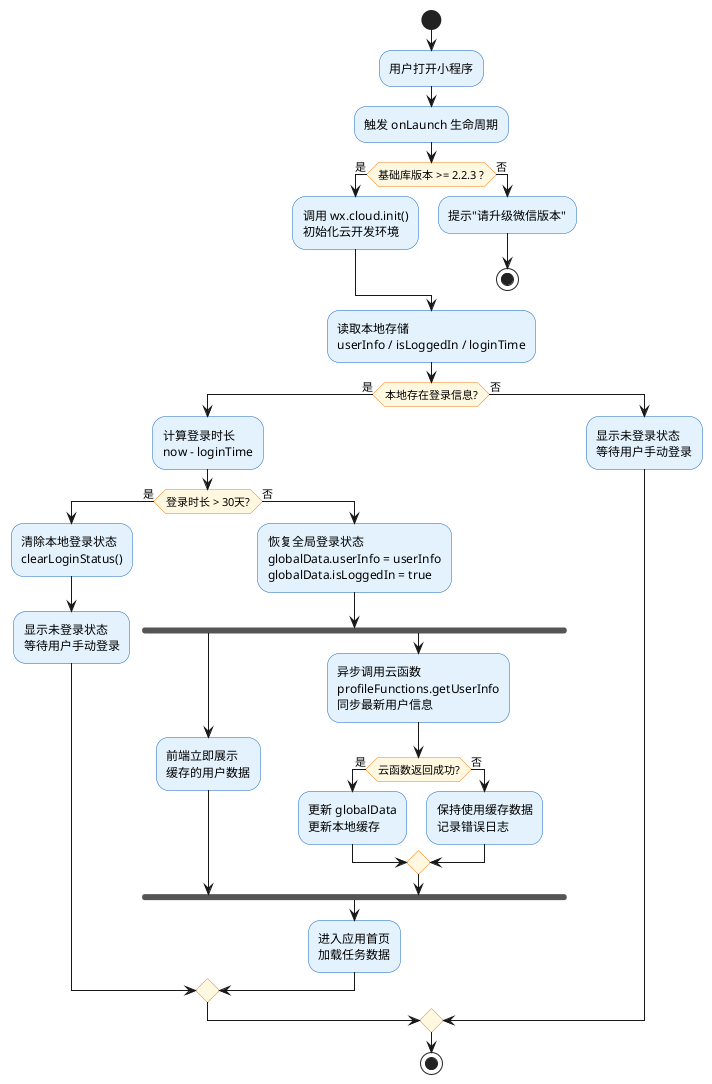
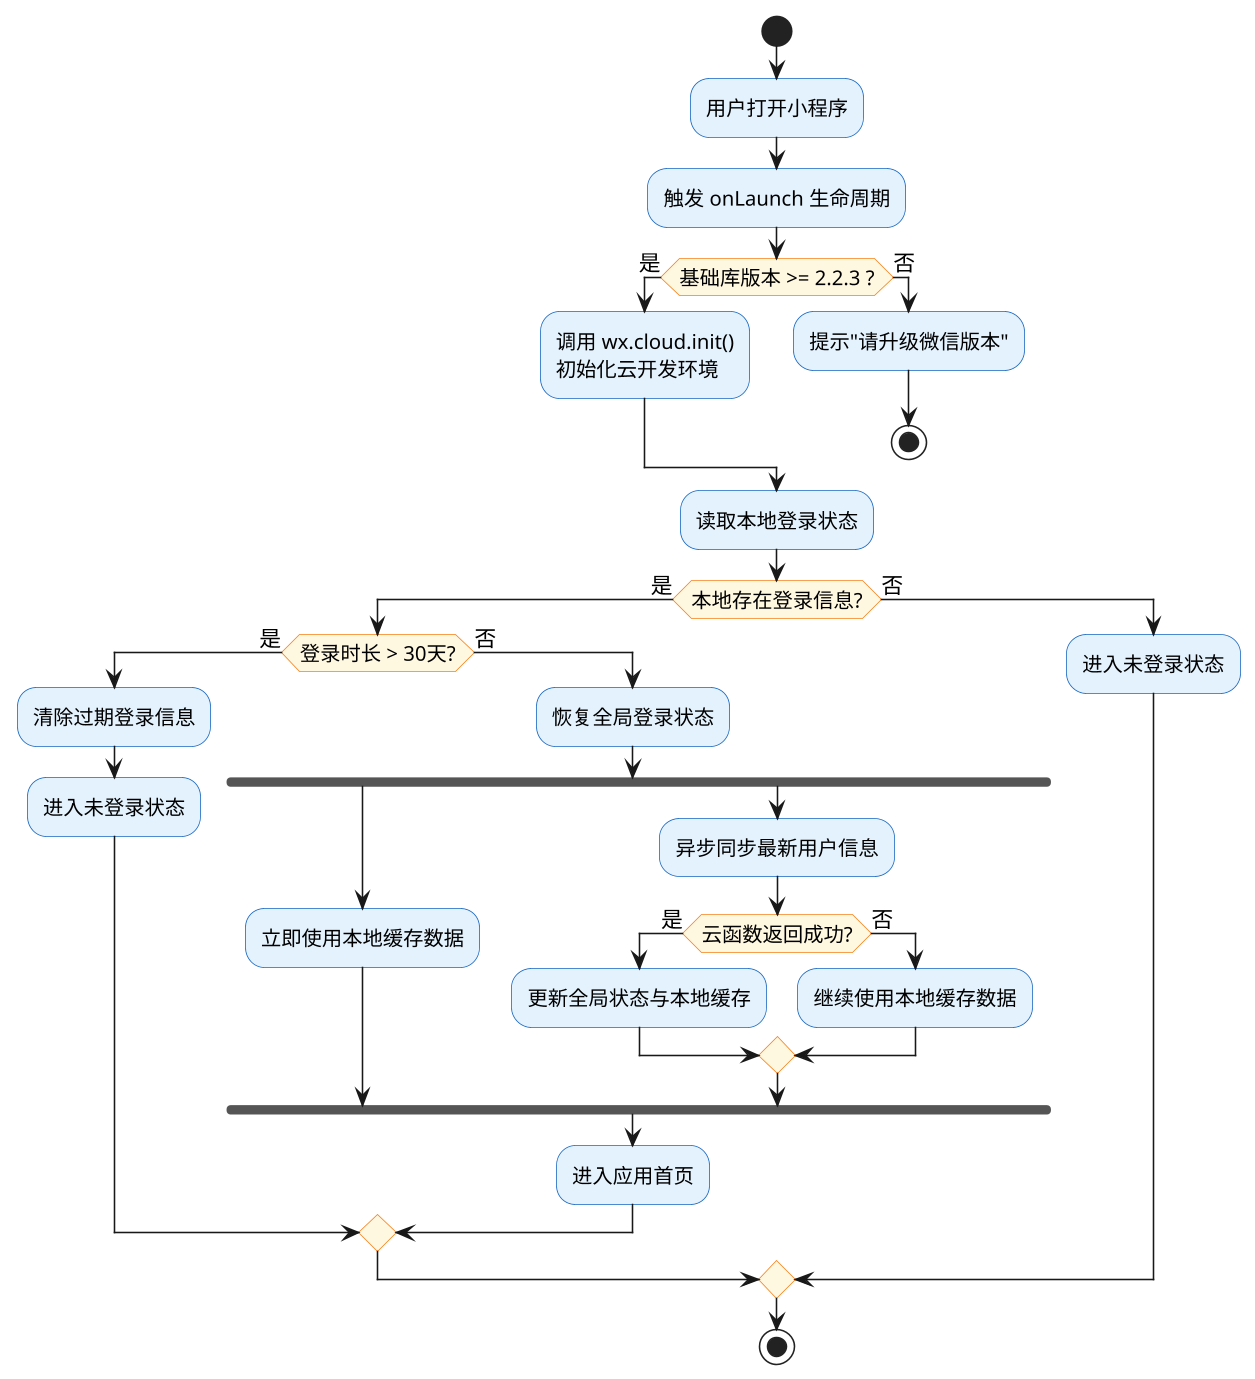
@startuml 应用初始化流程图
' 图5.1 应用初始化流程图
' 渲染：复制到 https://www.plantuml.com/plantuml/uml

skinparam activity {
  BackgroundColor #E3F2FD
  BorderColor #1565C0
  DiamondBackgroundColor #FFF8E1
  DiamondBorderColor #F57F17
}
+ 
+ skinparam defaultFontSize 14
+ skinparam activityFontSize 13
+ skinparam dpi 150

start

:用户打开小程序;
:触发 onLaunch 生命周期;

if (基础库版本 >= 2.2.3 ?) then (是)
  :调用 wx.cloud.init()\n初始化云开发环境;
else (否)
  :提示"请升级微信版本";
  stop
endif

- :读取本地存储\nuserInfo / isLoggedIn / loginTime;
+ :读取本地登录状态;

if (本地存在登录信息?) then (是)
-   :计算登录时长\nnow - loginTime;
- 
  if (登录时长 > 30天?) then (是)
-     :清除本地登录状态\nclearLoginStatus();
-     :显示未登录状态\n等待用户手动登录;
+     :清除过期登录信息;
+     :进入未登录状态;
  else (否)
-     :恢复全局登录状态\nglobalData.userInfo = userInfo\nglobalData.isLoggedIn = true;
+     :恢复全局登录状态;

    fork
-       :前端立即展示\n缓存的用户数据;
+       :立即使用本地缓存数据;
    fork again
-       :异步调用云函数\nprofileFunctions.getUserInfo\n同步最新用户信息;
+       :异步同步最新用户信息;

      if (云函数返回成功?) then (是)
-         :更新 globalData\n更新本地缓存;
+         :更新全局状态与本地缓存;
      else (否)
-         :保持使用缓存数据\n记录错误日志;
+         :继续使用本地缓存数据;
      endif
    end fork

-     :进入应用首页\n加载任务数据;
+     :进入应用首页;
  endif

else (否)
-   :显示未登录状态\n等待用户手动登录;
+   :进入未登录状态;
endif

stop

@enduml
